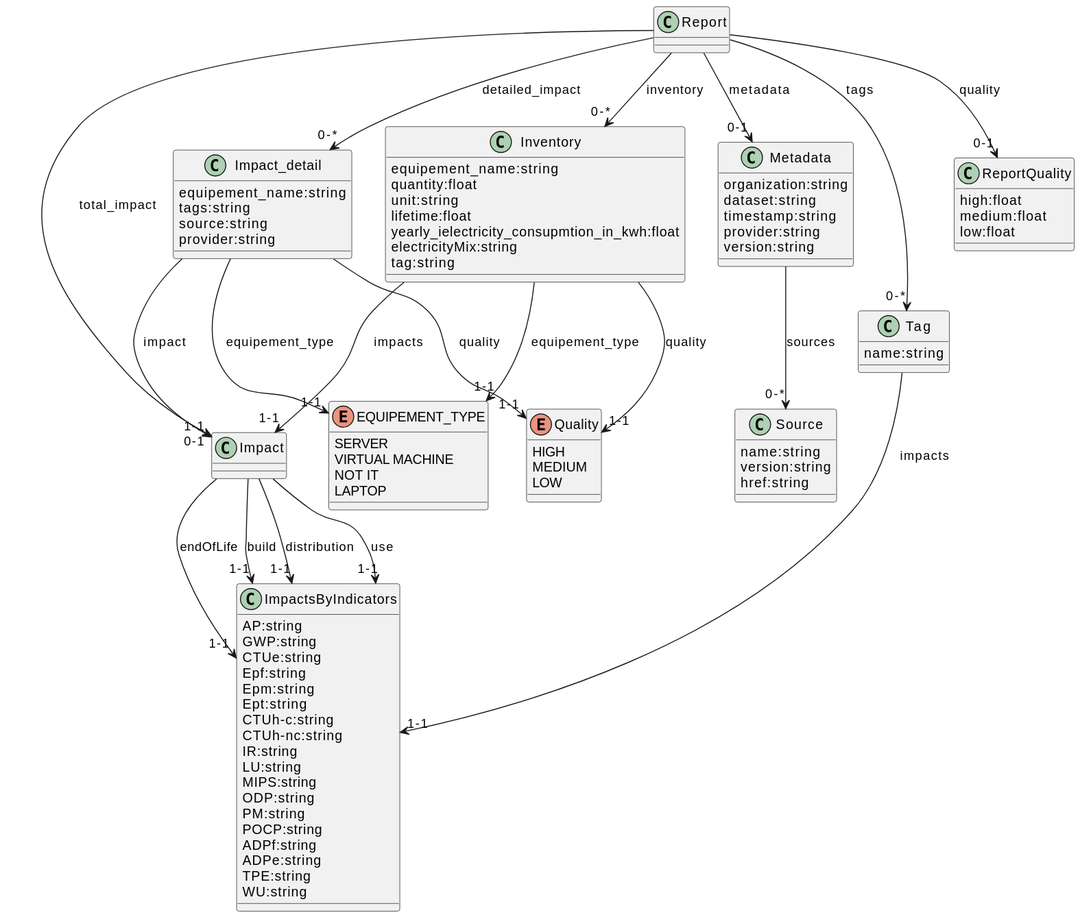
The PlantUML diagram RestFullApiSpec/data_model.svg in Boavizta/PCR-SI_dataformat, before a commit.
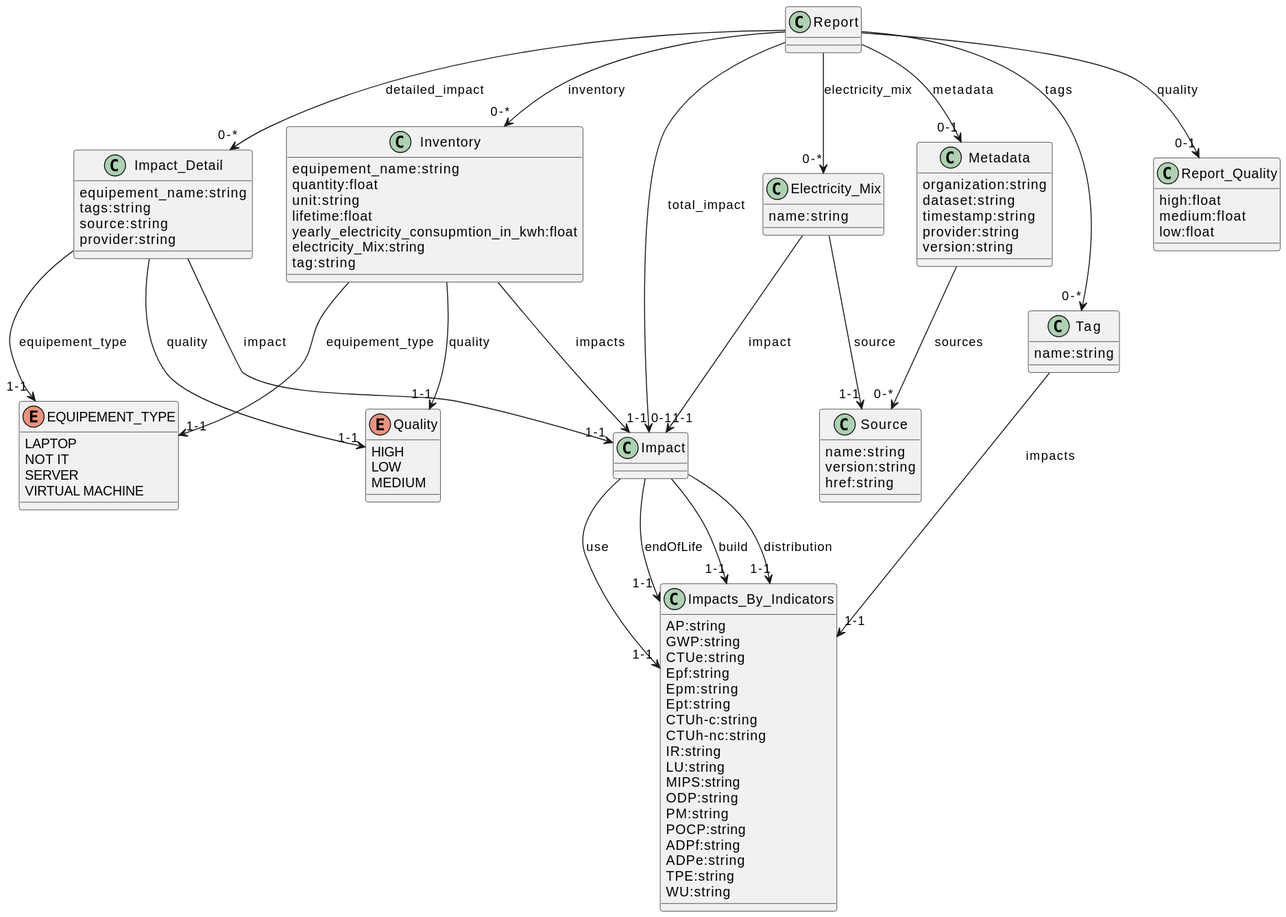
The same diagram one commit later.

Change to the diagram source:
```diff
@@ -1,28 +1,34 @@
 @startuml
 enum EQUIPEMENT_TYPE {
+   LAPTOP
+   NOT IT
    SERVER
    VIRTUAL MACHINE
-   NOT IT
-   LAPTOP
 }
 
+class Electricity_Mix {
+   name:string
+}
+   Electricity_Mix --> "1-1" Impact : impact
+   Electricity_Mix --> "1-1" Source : source
+
 class Impact
-   Impact --> "1-1" ImpactsByIndicators : build
-   Impact --> "1-1" ImpactsByIndicators : distribution
-   Impact --> "1-1" ImpactsByIndicators : use
-   Impact --> "1-1" ImpactsByIndicators : endOfLife
+   Impact --> "1-1" Impacts_By_Indicators : build
+   Impact --> "1-1" Impacts_By_Indicators : distribution
+   Impact --> "1-1" Impacts_By_Indicators : use
+   Impact --> "1-1" Impacts_By_Indicators : endOfLife
 
-class Impact_detail {
+class Impact_Detail {
    equipement_name:string
    tags:string
    source:string
    provider:string
 }
-   Impact_detail --> "1-1" EQUIPEMENT_TYPE : equipement_type
-   Impact_detail --> "1-1" Quality : quality
-   Impact_detail --> "1-1" Impact : impact
+   Impact_Detail --> "1-1" EQUIPEMENT_TYPE : equipement_type
+   Impact_Detail --> "1-1" Quality : quality
+   Impact_Detail --> "1-1" Impact : impact
 
-class ImpactsByIndicators {
+class Impacts_By_Indicators {
    AP:string
    GWP:string
    CTUe:string
@@ -48,8 +54,8 @@
    quantity:float
    unit:string
    lifetime:float
-   yearly_ielectricity_consupmtion_in_kwh:float
-   electricityMix:string
+   yearly_electricity_consupmtion_in_kwh:float
+   electricity_Mix:string
    tag:string
 }
    Inventory --> "1-1" EQUIPEMENT_TYPE : equipement_type
@@ -66,8 +72,8 @@
    Metadata --> "0-*" Source : sources
 enum Quality {
    HIGH
+   LOW
    MEDIUM
-   LOW
 }
 
 class Report
@@ -75,10 +81,11 @@
    Report --> "0-1" Impact : total_impact
    Report --> "0-*" Tag : tags
    Report --> "0-*" Inventory : inventory
-   Report --> "0-1" ReportQuality : quality
-   Report --> "0-*" Impact_detail : detailed_impact
+   Report --> "0-1" Report_Quality : quality
+   Report --> "0-*" Impact_Detail : detailed_impact
+   Report --> "0-*" Electricity_Mix : electricity_mix
 
-class ReportQuality {
+class Report_Quality {
    high:float
    medium:float
    low:float
@@ -93,5 +100,5 @@
 class Tag {
    name:string
 }
-   Tag --> "1-1" ImpactsByIndicators : impacts
+   Tag --> "1-1" Impacts_By_Indicators : impacts
 @enduml
```
